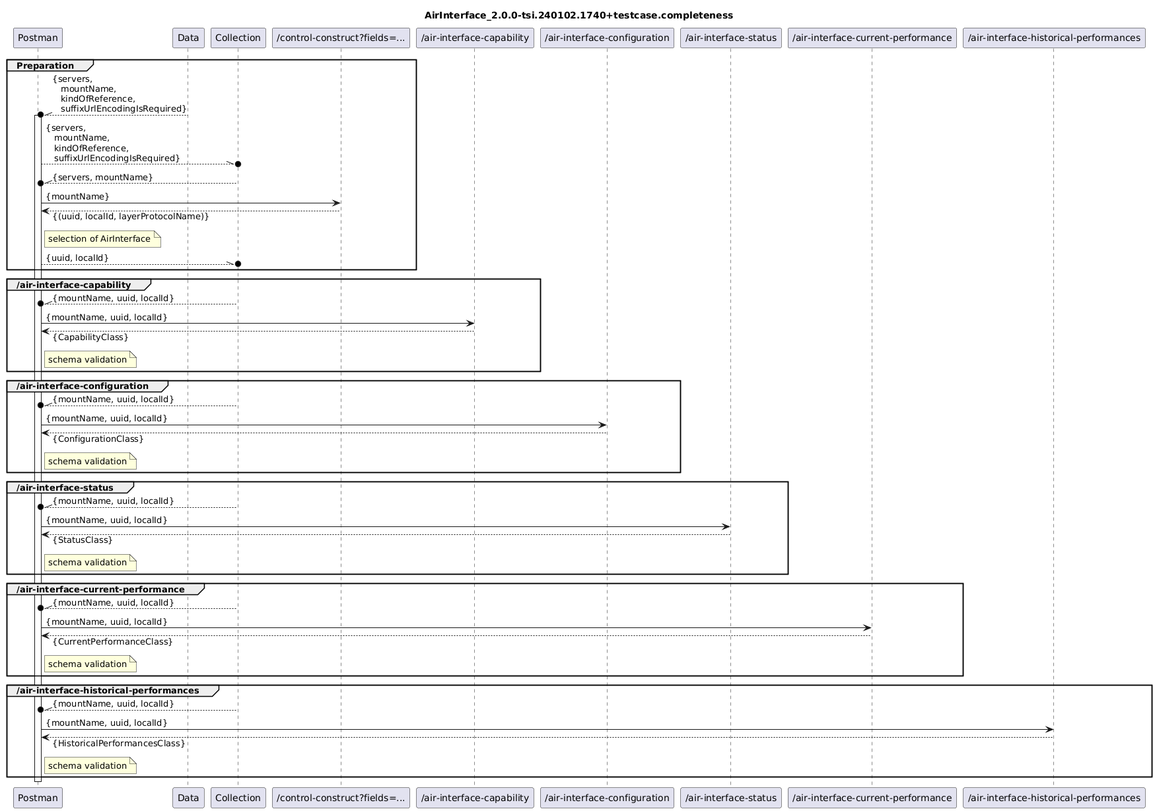
Above: AirInterface_2.0.0-tsi.240102.1740+vali/Completeness/AirInterface_2.0.0-tsi.240102.1740+diagram.completeness.png in openBackhaul/airInterface (PlantUML), before the change. The source it was exported from:
```plantuml
@startuml
skinparam responseMessageBelowArrow true

title
AirInterface_2.0.0-tsi.240102.1740+testcase.completeness
end title

participant "Postman" as Postman
participant "Data" as Data
participant "Collection" as Collection

participant "/control-construct?fields=..." as ListOfLTPUuidAndLidPairsAndNames

participant "/air-interface-capability" as Capability
participant "/air-interface-configuration" as Configuration
participant "/air-interface-status" as Status
participant "/air-interface-current-performance" as CurrentPerformance
participant "/air-interface-historical-performances" as HistoricalPerformances

group Preparation
  Data --\\o Postman : {servers,\n   mountName,\n   kindOfReference,\n   suffixUrlEncodingIsRequired}
  activate Postman
  Postman --\\o Collection : {servers,\n   mountName,\n   kindOfReference,\n   suffixUrlEncodingIsRequired}

  Collection --\\o Postman : {servers, mountName}
  Postman -> ListOfLTPUuidAndLidPairsAndNames : {mountName}
  Postman <-- ListOfLTPUuidAndLidPairsAndNames : {(uuid, localId, layerProtocolName)}
  note right Postman
    selection of AirInterface
  end note
  Postman --\\o Collection : {uuid, localId}
end

group /air-interface-capability
  Collection --\\o Postman : {mountName, uuid, localId}
  Postman -> Capability : {mountName, uuid, localId}
  Postman <-- Capability : {CapabilityClass}
  note right Postman
    schema validation
  end note
end

group /air-interface-configuration
  Collection --\\o Postman : {mountName, uuid, localId}
  Postman -> Configuration : {mountName, uuid, localId}
  Postman <-- Configuration : {ConfigurationClass}
  note right Postman
    schema validation
  end note
end

group /air-interface-status
  Collection --\\o Postman : {mountName, uuid, localId}
  Postman -> Status : {mountName, uuid, localId}
  Postman <-- Status : {StatusClass}
  note right Postman
    schema validation
  end note
end

group /air-interface-current-performance
  Collection --\\o Postman : {mountName, uuid, localId}
  Postman -> CurrentPerformance : {mountName, uuid, localId}
  Postman <-- CurrentPerformance : {CurrentPerformanceClass}
  note right Postman
    schema validation
  end note
end

group /air-interface-historical-performances
  Collection --\\o Postman : {mountName, uuid, localId}
  Postman -> HistoricalPerformances : {mountName, uuid, localId}
  Postman <-- HistoricalPerformances : {HistoricalPerformancesClass}
  note right Postman
    schema validation
  end note
end

deactivate Postman
@enduml
```
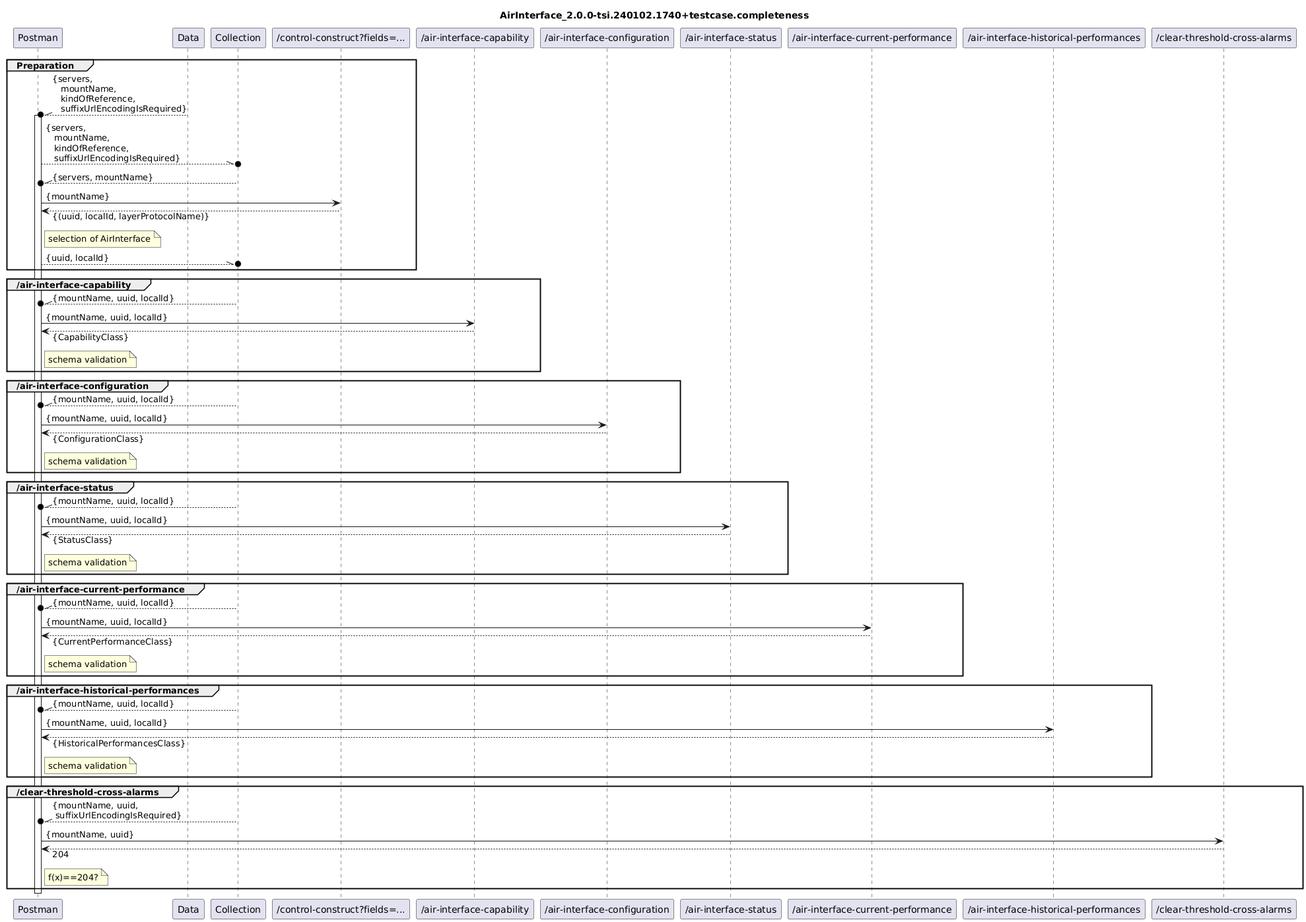
The same diagram one commit later.

Commit message:
Add RPC to diagram

The edit, as a diff of the source:
```diff
@@ -16,6 +16,7 @@
 participant "/air-interface-status" as Status
 participant "/air-interface-current-performance" as CurrentPerformance
 participant "/air-interface-historical-performances" as HistoricalPerformances
+participant "/clear-threshold-cross-alarms" as ClearThresholdCrossAlarms
 
 group Preparation
   Data --\\o Postman : {servers,\n   mountName,\n   kindOfReference,\n   suffixUrlEncodingIsRequired}
@@ -76,5 +77,14 @@
   end note
 end
 
+group /clear-threshold-cross-alarms
+  Collection --\\o Postman : {mountName, uuid, \n suffixUrlEncodingIsRequired}
+  Postman -> ClearThresholdCrossAlarms : {mountName, uuid}
+  Postman <-- ClearThresholdCrossAlarms : 204
+  note right Postman
+    f(x)==204?
+  end note
+end
+
 deactivate Postman
 @enduml
```
